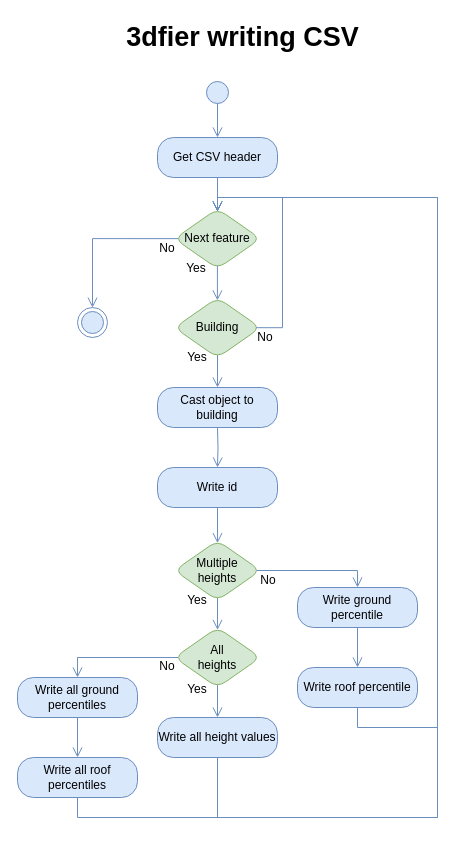
tudelft3d/3dfier keeps this draw.io diagram as resources/flowdiagrams/3dfier_writing_model_csv.drawio. Above is the earlier version. Source tidied: cells renumbered, new cells numbered last; positions are measured from the earlier drawing's top-left corner, leaving out a move shared by most shapes. Both pictures are drawn from the tidied source at 100%, with x=0, y=0 at pixel (17, 17).
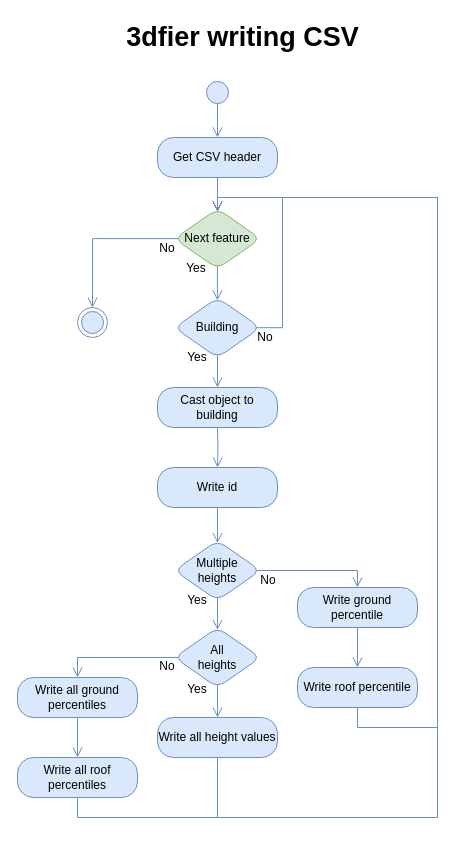
After the change.

The edit, as a diff of the source:
```diff
@@
-    <mxCell id="11" value="Building" style="rhombus;whiteSpace=wrap;html=1;fillColor=#d5e8d4;strokeColor=#82b366;rounded=1;shadow=0;strokeWidth=1;perimeterSpacing=0;" parent="1" vertex="1">
+    <mxCell id="11" value="Building" style="rhombus;whiteSpace=wrap;html=1;fillColor=#dae8fc;strokeColor=#6c8ebf;rounded=1;shadow=0;strokeWidth=1;perimeterSpacing=0;" parent="1" vertex="1">
       <mxGeometry x="157" y="280.2" width="86" height="60" as="geometry" />
     </mxCell>
@@
-    <mxCell id="15" value="Multiple&lt;br&gt;heights" style="rhombus;whiteSpace=wrap;html=1;fillColor=#d5e8d4;strokeColor=#82b366;rounded=1;shadow=0;strokeWidth=1;perimeterSpacing=0;" parent="1" vertex="1">
+    <mxCell id="15" value="Multiple&lt;br&gt;heights" style="rhombus;whiteSpace=wrap;html=1;fillColor=#dae8fc;strokeColor=#6c8ebf;rounded=1;shadow=0;strokeWidth=1;perimeterSpacing=0;" parent="1" vertex="1">
       <mxGeometry x="157" y="523" width="86" height="60" as="geometry" />
     </mxCell>
@@
-    <mxCell id="33" value="All&lt;br&gt;heights" style="rhombus;whiteSpace=wrap;html=1;fillColor=#d5e8d4;strokeColor=#82b366;rounded=1;shadow=0;strokeWidth=1;perimeterSpacing=0;" parent="1" vertex="1">
+    <mxCell id="33" value="All&lt;br&gt;heights" style="rhombus;whiteSpace=wrap;html=1;fillColor=#dae8fc;strokeColor=#6c8ebf;rounded=1;shadow=0;strokeWidth=1;perimeterSpacing=0;" parent="1" vertex="1">
       <mxGeometry x="157" y="610" width="86" height="60" as="geometry" />
     </mxCell>
```
